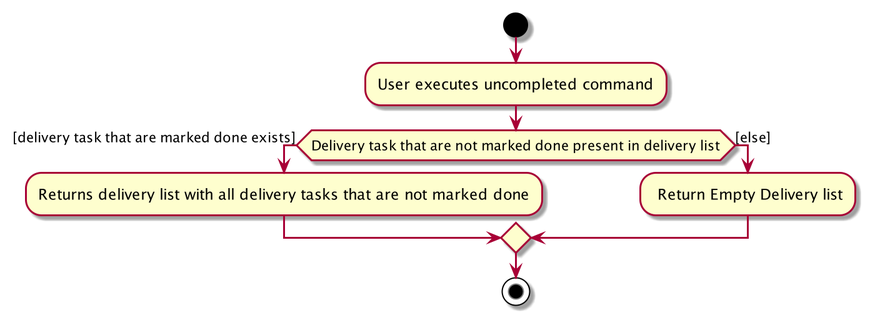
Earlier version of the PlantUML export docs/images/UncompletedCommandActivityDiagram.png (nus-cs2103-AY2021S2/tp). Its diagram source:
```plantuml
@startuml
start
:User executes uncompleted command;


if (Delivery task that are not marked done present in delivery list) then ([delivery task that are marked done exists])
    :Returns delivery list with all delivery tasks that are not marked done;
else ([else])
    : Return Empty Delivery list;
endif
stop
@enduml
```
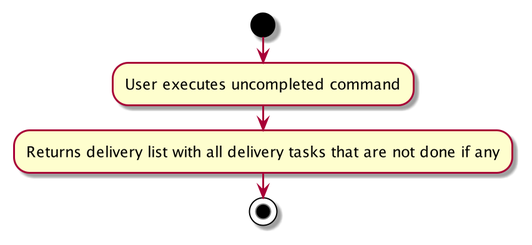
After the commit.

What changed in the source:
```diff
@@ -1,12 +1,6 @@
 @startuml
 start
 :User executes uncompleted command;
-
-
-if (Delivery task that are not marked done present in delivery list) then ([delivery task that are marked done exists])
-    :Returns delivery list with all delivery tasks that are not marked done;
-else ([else])
-    : Return Empty Delivery list;
-endif
+:Returns delivery list with all delivery tasks that are not done if any;
 stop
 @enduml
```
